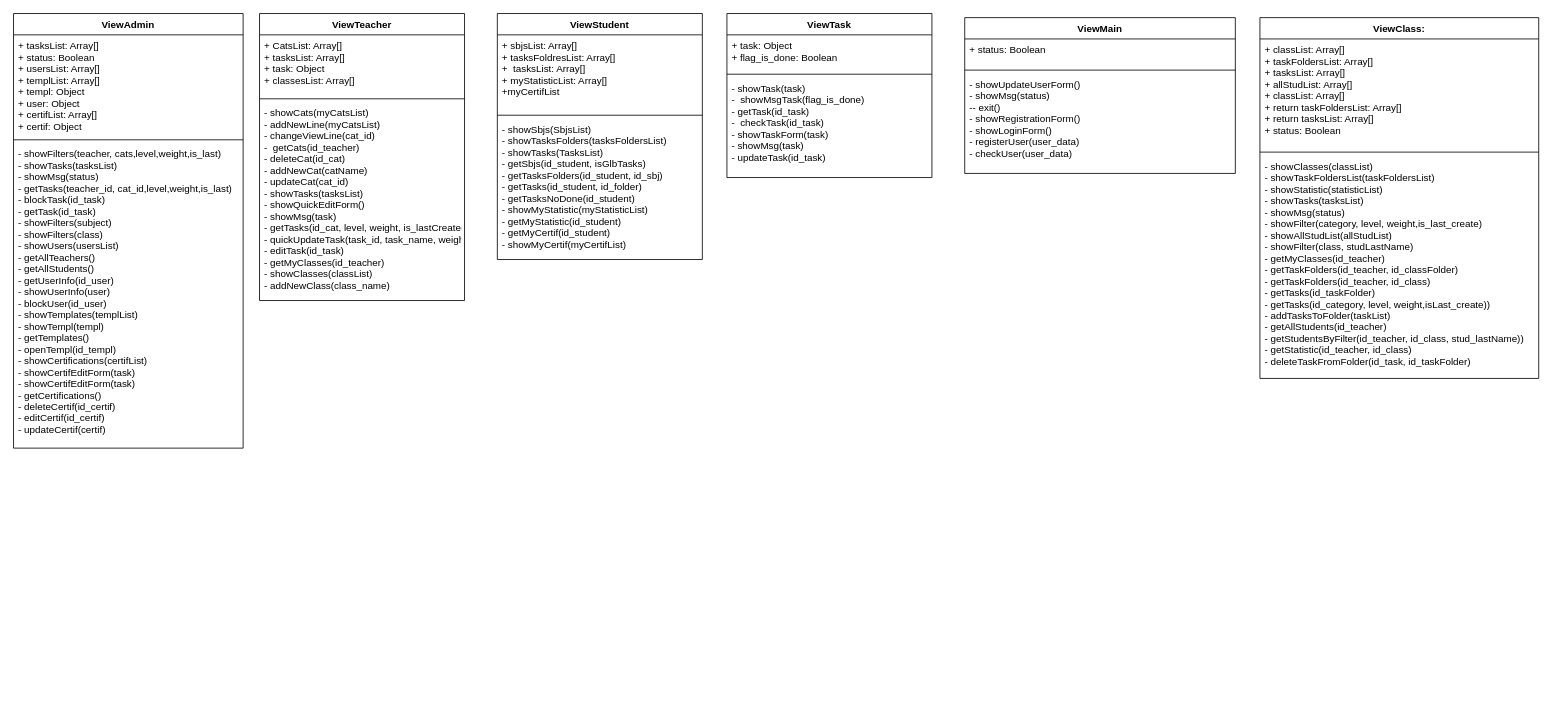
Above: page "All classes" (7 of 7) of activity_diagram(with classes new).drawio in alsousha/projectFinish (draw.io), before the change. Source tidied: cells renumbered, new cells numbered last; positions are measured from the earlier drawing's top-left corner, leaving out a move shared by most shapes. Both pictures are drawn from the tidied source at 82%, with x=0, y=0 at pixel (13, 13).
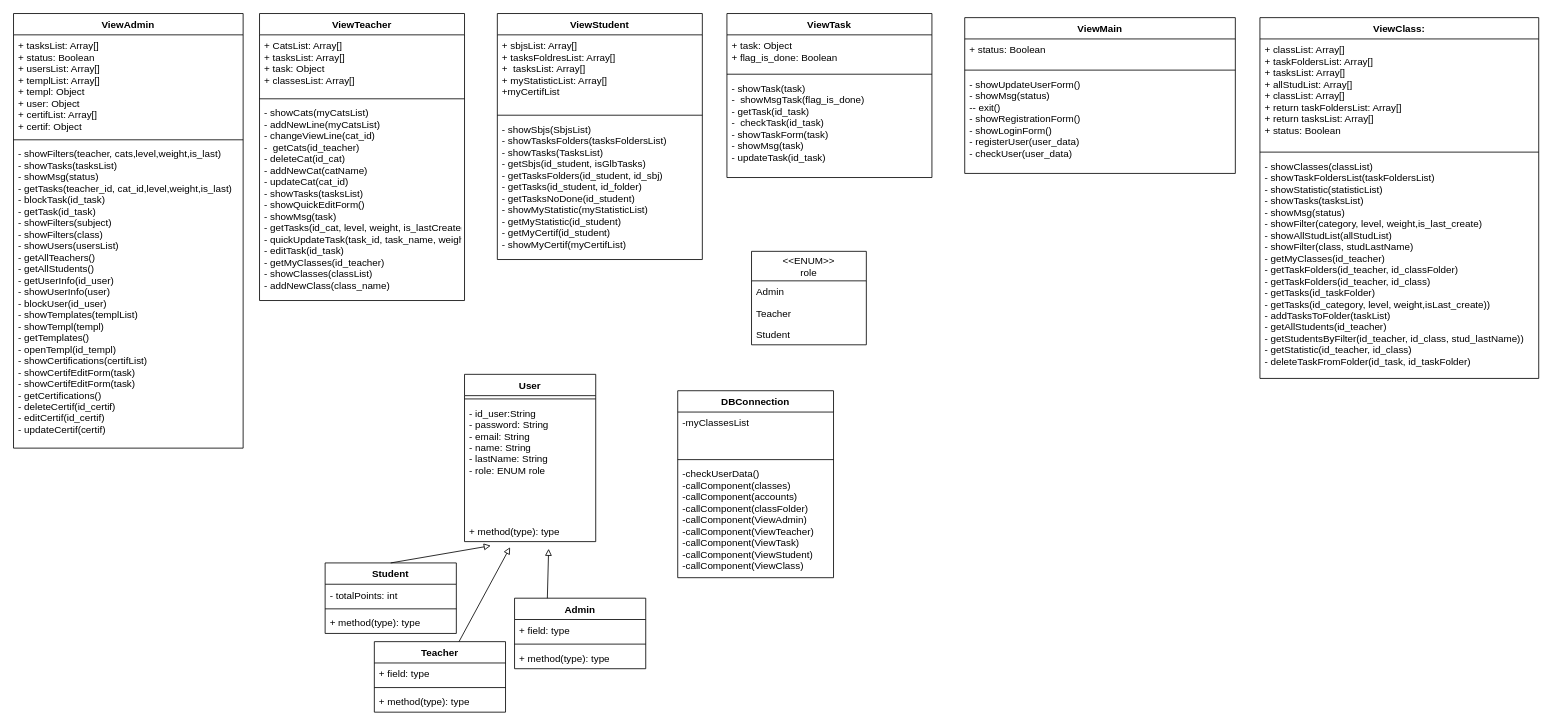
The same diagram, later.

Change to the diagram source:
```diff
@@
+    <mxCell id="26" value="&lt;&lt;ENUM&gt;&gt;&#10;role" style="swimlane;fontStyle=0;horizontal=1;startSize=36;fillColor=none;" parent="1" vertex="1">
+      <mxGeometry x="900" y="290" width="140" height="114" as="geometry" />
+    </mxCell>
+    <mxCell id="27" value="Admin" style="text;strokeColor=none;fillColor=none;align=left;verticalAlign=top;spacingLeft=4;spacingRight=4;overflow=hidden;" parent="26" vertex="1">
+      <mxGeometry y="36" width="140" height="26" as="geometry" />
+    </mxCell>
+    <mxCell id="28" value="Teacher" style="text;strokeColor=none;fillColor=none;align=left;verticalAlign=top;spacingLeft=4;spacingRight=4;overflow=hidden;" parent="26" vertex="1">
+      <mxGeometry y="62" width="140" height="26" as="geometry" />
+    </mxCell>
+    <mxCell id="29" value="Student" style="text;strokeColor=none;fillColor=none;align=left;verticalAlign=top;spacingLeft=4;spacingRight=4;overflow=hidden;" parent="26" vertex="1">
+      <mxGeometry y="88" width="140" height="26" as="geometry" />
+    </mxCell>
+    <mxCell id="30" value="User" style="swimlane;fontStyle=1;align=center;verticalAlign=top;horizontal=1;startSize=26;" parent="1" vertex="1">
+      <mxGeometry x="550" y="440" width="160" height="204" as="geometry" />
+    </mxCell>
+    <mxCell id="31" style="line;strokeWidth=1;fillColor=none;align=left;verticalAlign=middle;spacingTop=-1;spacingLeft=3;spacingRight=3;labelPosition=right;" parent="30" vertex="1">
+      <mxGeometry y="26" width="160" height="8" as="geometry" />
+    </mxCell>
+    <mxCell id="32" value="- id_user:String&#10;- password: String&#10;- email: String&#10;- name: String&#10;- lastName: String&#10;- role: ENUM role" style="text;strokeColor=none;fillColor=none;align=left;verticalAlign=top;spacingLeft=4;spacingRight=4;overflow=hidden;" parent="30" vertex="1">
+      <mxGeometry y="34" width="160" height="144" as="geometry" />
+    </mxCell>
+    <mxCell id="33" value="+ method(type): type" style="text;strokeColor=none;fillColor=none;align=left;verticalAlign=top;spacingLeft=4;spacingRight=4;overflow=hidden;points=[[0,0.5],[1,0.5]];portConstraint=eastwest;" parent="30" vertex="1">
+      <mxGeometry y="178" width="160" height="26" as="geometry" />
+    </mxCell>
+    <mxCell id="34" value="Student" style="swimlane;fontStyle=1;align=center;verticalAlign=top;horizontal=1;startSize=26;" parent="1" vertex="1">
+      <mxGeometry x="380" y="670" width="160" height="86" as="geometry" />
+    </mxCell>
+    <mxCell id="35" value="- totalPoints: int" style="text;strokeColor=none;fillColor=none;align=left;verticalAlign=top;spacingLeft=4;spacingRight=4;overflow=hidden;" parent="34" vertex="1">
+      <mxGeometry y="26" width="160" height="26" as="geometry" />
+    </mxCell>
+    <mxCell id="36" style="line;strokeWidth=1;fillColor=none;align=left;verticalAlign=middle;spacingTop=-1;spacingLeft=3;spacingRight=3;labelPosition=right;" parent="34" vertex="1">
+      <mxGeometry y="52" width="160" height="8" as="geometry" />
+    </mxCell>
+    <mxCell id="37" value="+ method(type): type" style="text;strokeColor=none;fillColor=none;align=left;verticalAlign=top;spacingLeft=4;spacingRight=4;overflow=hidden;" parent="34" vertex="1">
+      <mxGeometry y="60" width="160" height="26" as="geometry" />
+    </mxCell>
+    <mxCell id="38" value="Teacher" style="swimlane;fontStyle=1;align=center;verticalAlign=top;horizontal=1;startSize=26;" parent="1" vertex="1">
+      <mxGeometry x="440" y="766" width="160" height="86" as="geometry" />
+    </mxCell>
+    <mxCell id="39" value="+ field: type" style="text;strokeColor=none;fillColor=none;align=left;verticalAlign=top;spacingLeft=4;spacingRight=4;overflow=hidden;" parent="38" vertex="1">
+      <mxGeometry y="26" width="160" height="26" as="geometry" />
+    </mxCell>
+    <mxCell id="40" style="line;strokeWidth=1;fillColor=none;align=left;verticalAlign=middle;spacingTop=-1;spacingLeft=3;spacingRight=3;labelPosition=right;" parent="38" vertex="1">
+      <mxGeometry y="52" width="160" height="8" as="geometry" />
+    </mxCell>
+    <mxCell id="41" value="+ method(type): type" style="text;strokeColor=none;fillColor=none;align=left;verticalAlign=top;spacingLeft=4;spacingRight=4;overflow=hidden;" parent="38" vertex="1">
+      <mxGeometry y="60" width="160" height="26" as="geometry" />
+    </mxCell>
+    <mxCell id="42" value="Admin" style="swimlane;fontStyle=1;align=center;verticalAlign=top;horizontal=1;startSize=26;" parent="1" vertex="1">
+      <mxGeometry x="611" y="713" width="160" height="86" as="geometry" />
+    </mxCell>
+    <mxCell id="43" value="+ field: type" style="text;strokeColor=none;fillColor=none;align=left;verticalAlign=top;spacingLeft=4;spacingRight=4;overflow=hidden;" parent="42" vertex="1">
+      <mxGeometry y="26" width="160" height="26" as="geometry" />
+    </mxCell>
+    <mxCell id="44" style="line;strokeWidth=1;fillColor=none;align=left;verticalAlign=middle;spacingTop=-1;spacingLeft=3;spacingRight=3;labelPosition=right;" parent="42" vertex="1">
+      <mxGeometry y="52" width="160" height="8" as="geometry" />
+    </mxCell>
+    <mxCell id="45" value="+ method(type): type" style="text;strokeColor=none;fillColor=none;align=left;verticalAlign=top;spacingLeft=4;spacingRight=4;overflow=hidden;" parent="42" vertex="1">
+      <mxGeometry y="60" width="160" height="26" as="geometry" />
+    </mxCell>
+    <mxCell id="46" style="endArrow=block;html=1;exitX=0.5;exitY=0;exitDx=0;exitDy=0;entryX=0.2;entryY=1.192;entryDx=0;entryDy=0;entryPerimeter=0;endFill=0;" parent="1" edge="1" source="34" target="33">
+      <mxGeometry relative="1" as="geometry" />
+    </mxCell>
+    <mxCell id="47" style="endArrow=block;html=1;entryX=0.347;entryY=1.265;entryDx=0;entryDy=0;entryPerimeter=0;endFill=0;" parent="1" edge="1" source="38" target="33">
+      <mxGeometry relative="1" as="geometry" />
+    </mxCell>
+    <mxCell id="48" style="endArrow=block;html=1;exitX=0.25;exitY=0;exitDx=0;exitDy=0;entryX=0.641;entryY=1.337;entryDx=0;entryDy=0;entryPerimeter=0;endFill=0;" parent="1" edge="1" source="42" target="33">
+      <mxGeometry relative="1" as="geometry" />
+    </mxCell>
+    <mxCell id="49" value="DBConnection" style="swimlane;fontStyle=1;align=center;verticalAlign=top;horizontal=1;startSize=26;" parent="1" vertex="1">
+      <mxGeometry x="810" y="460" width="190" height="228" as="geometry" />
+    </mxCell>
+    <mxCell id="50" value="-myClassesList" style="text;strokeColor=none;fillColor=none;align=left;verticalAlign=top;spacingLeft=4;spacingRight=4;overflow=hidden;" parent="49" vertex="1">
+      <mxGeometry y="26" width="190" height="54" as="geometry" />
+    </mxCell>
+    <mxCell id="51" style="line;strokeWidth=1;fillColor=none;align=left;verticalAlign=middle;spacingTop=-1;spacingLeft=3;spacingRight=3;labelPosition=right;" parent="49" vertex="1">
+      <mxGeometry y="80" width="190" height="8" as="geometry" />
+    </mxCell>
+    <mxCell id="52" value="-checkUserData()&#10;-callComponent(classes)&#10;-callComponent(accounts)&#10;-callComponent(classFolder)&#10;-callComponent(ViewAdmin)&#10;-callComponent(ViewTeacher)&#10;-callComponent(ViewTask)&#10;-callComponent(ViewStudent)&#10;-callComponent(ViewClass)" style="text;strokeColor=none;fillColor=none;align=left;verticalAlign=top;spacingLeft=4;spacingRight=4;overflow=hidden;" parent="49" vertex="1">
+      <mxGeometry y="88" width="190" height="140" as="geometry" />
+    </mxCell>
```
